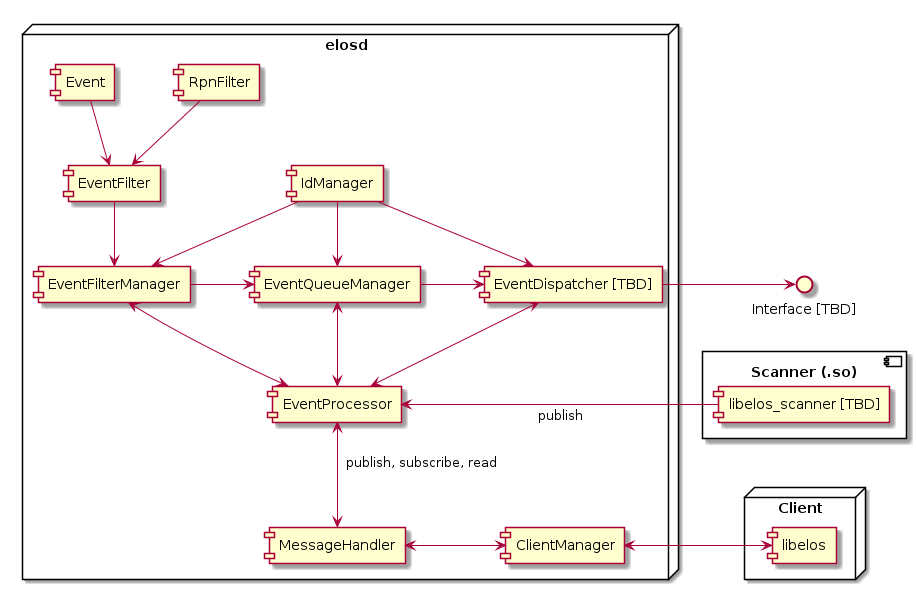
Elektrobit/elos keeps this PlantUML diagram as doc/images/eventprocessor_components.png. Above is the earlier version. Its diagram source:
```plantuml
@startuml
skinparam Nodesep 64
skinparam Ranksep 64

node elosd {

  component Event
  component RpnFilter
  component EventFilter
  component IdManager

  component EventFilterManager
  component EventQueueManager
  component "EventDispatcher [TBD]" as EventDispatcher
  component EventProcessor

  component MessageHandler
  component ClientManager

  EventFilter <-up- Event
  EventFilter <-up- RpnFilter
  EventFilterManager <-up- EventFilter
  EventFilterManager <-up- IdManager
  EventFilterManager -right-> EventQueueManager
  EventQueueManager <-up- IdManager
  EventQueueManager -right-> EventDispatcher
  EventDispatcher <-up- IdManager

  EventProcessor <-up-> EventFilterManager
  EventProcessor <-up-> EventQueueManager
  EventProcessor <-up-> EventDispatcher

  EventProcessor -[hidden]- EventFilterManager
  MessageHandler -[hidden]up- EventFilterManager
  MessageHandler <-up-> EventProcessor : "  publish, subscribe, read"
  ClientManager <-left-> MessageHandler
}

component "Scanner (.so)" as Scanner {
  component "libelos_scanner [TBD]" as libelos_scanner
}

node "Client" as Client {
  component libelos
}

interface "Interface [TBD]" as Interface

EventProcessor <-right- libelos_scanner : publish
ClientManager <-left-> libelos
EventDispatcher -right-> Interface

Interface -[hidden]down- libelos_scanner
Interface -[hidden]down- libelos_scanner
libelos -[hidden]up- libelos_scanner
libelos -[hidden]up- libelos_scanner

@enduml
```
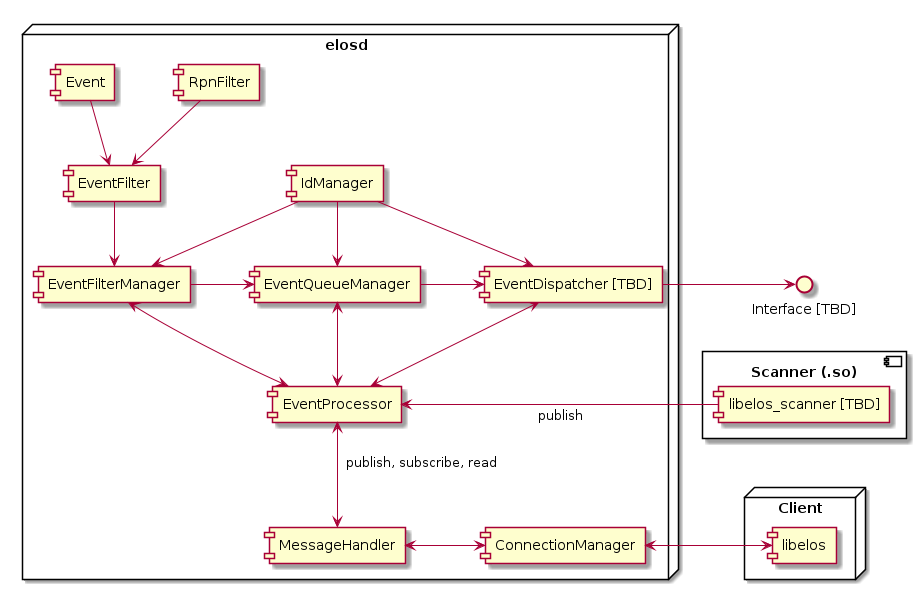
The same file after the commit.

What changed in the source:
```diff
@@ -15,7 +15,7 @@
   component EventProcessor
 
   component MessageHandler
-  component ClientManager
+  component ConnectionManager
 
   EventFilter <-up- Event
   EventFilter <-up- RpnFilter
@@ -33,7 +33,7 @@
   EventProcessor -[hidden]- EventFilterManager
   MessageHandler -[hidden]up- EventFilterManager
   MessageHandler <-up-> EventProcessor : "  publish, subscribe, read"
-  ClientManager <-left-> MessageHandler
+  ConnectionManager <-left-> MessageHandler
 }
 
 component "Scanner (.so)" as Scanner {
@@ -47,7 +47,7 @@
 interface "Interface [TBD]" as Interface
 
 EventProcessor <-right- libelos_scanner : publish
-ClientManager <-left-> libelos
+ConnectionManager <-left-> libelos
 EventDispatcher -right-> Interface
 
 Interface -[hidden]down- libelos_scanner
```
